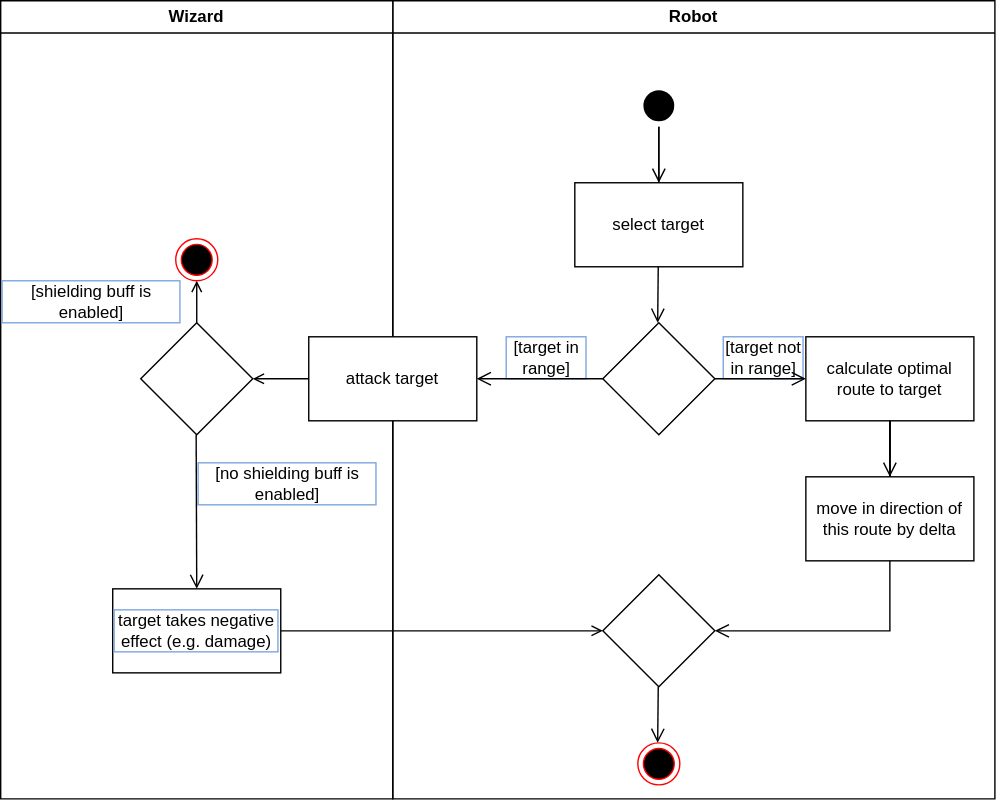
Before: activity_diagrams/robots_attack.svg, a diagram exported from draw.io (Wizards-vs-Robots/documentation). Source tidied: cells renumbered, new cells last; positions are measured from the earlier drawing's top-left corner, leaving out a move shared by most shapes. Its diagram source:
```xml
<mxGraphModel>
  <root>
    <mxCell id="0" />
    <mxCell id="1" parent="0" />
    <mxCell id="2" value="Robot" style="swimlane;whiteSpace=wrap;" parent="1" vertex="1">
      <mxGeometry x="280" width="430" height="570" as="geometry" />
    </mxCell>
    <mxCell id="3" style="ellipse;shape=startState;fillColor=#000000;strokeColor=none;" parent="2" vertex="1">
      <mxGeometry x="175" y="60" width="30" height="30" as="geometry" />
    </mxCell>
    <mxCell id="4" style="edgeStyle=elbowEdgeStyle;elbow=horizontal;verticalAlign=bottom;endArrow=open;endSize=8;strokeColor=#000000;endFill=1;rounded=0;" parent="2" edge="1" source="3">
      <mxGeometry x="175" y="60" as="geometry">
        <mxPoint x="190" y="130" as="targetPoint" />
      </mxGeometry>
    </mxCell>
    <mxCell id="5" style="edgeStyle=orthogonalEdgeStyle;rounded=0;jettySize=auto;html=1;startArrow=none;startFill=0;endArrow=none;endFill=0;strokeColor=#000000;" parent="2" edge="1" source="6" target="3">
      <mxGeometry relative="1" as="geometry" />
    </mxCell>
    <mxCell id="6" value="select target" style="rounded=0;whiteSpace=wrap;html=1;" parent="2" vertex="1">
      <mxGeometry x="130" y="130" width="120" height="60" as="geometry" />
    </mxCell>
    <mxCell id="7" style="rhombus;whiteSpace=wrap;html=1;" parent="2" vertex="1">
      <mxGeometry x="150" y="230" width="80" height="80" as="geometry" />
    </mxCell>
    <mxCell id="8" style="edgeStyle=elbowEdgeStyle;elbow=horizontal;verticalAlign=bottom;endArrow=open;endSize=8;strokeColor=#000000;endFill=1;rounded=0;" parent="2" edge="1">
      <mxGeometry x="14.6" y="60" as="geometry">
        <mxPoint x="189.6" y="190" as="sourcePoint" />
        <mxPoint x="189.6" y="230" as="targetPoint" />
      </mxGeometry>
    </mxCell>
    <mxCell id="9" style="edgeStyle=orthogonalEdgeStyle;rounded=0;jettySize=auto;html=1;startArrow=none;startFill=0;endArrow=none;endFill=0;strokeColor=#000000;" parent="2" edge="1" source="10" target="13">
      <mxGeometry relative="1" as="geometry" />
    </mxCell>
    <mxCell id="10" value="calculate optimal route to target" style="rounded=0;whiteSpace=wrap;html=1;" parent="2" vertex="1">
      <mxGeometry x="295" y="240" width="120" height="60" as="geometry" />
    </mxCell>
    <mxCell id="11" style="edgeStyle=orthogonalEdgeStyle;rounded=0;jettySize=auto;html=1;startArrow=none;startFill=0;endArrow=none;endFill=0;strokeColor=#000000;" parent="2" edge="1" source="13" target="10">
      <mxGeometry relative="1" as="geometry" />
    </mxCell>
    <mxCell id="12" style="edgeStyle=orthogonalEdgeStyle;rounded=0;jettySize=auto;html=1;startArrow=none;startFill=0;endArrow=none;endFill=0;strokeColor=#000000;" parent="2" edge="1" source="13" target="10">
      <mxGeometry relative="1" as="geometry" />
    </mxCell>
    <mxCell id="13" value="move in direction of this route by delta" style="rounded=0;whiteSpace=wrap;html=1;" parent="2" vertex="1">
      <mxGeometry x="295" y="340" width="120" height="60" as="geometry" />
    </mxCell>
    <mxCell id="14" style="edgeStyle=elbowEdgeStyle;elbow=horizontal;verticalAlign=bottom;endArrow=open;endSize=8;strokeColor=#000000;endFill=1;rounded=0;" parent="2" edge="1">
      <mxGeometry x="20" y="70" as="geometry">
        <mxPoint x="355" y="300" as="sourcePoint" />
        <mxPoint x="355" y="340" as="targetPoint" />
      </mxGeometry>
    </mxCell>
    <mxCell id="15" style="rhombus;whiteSpace=wrap;html=1;" parent="2" vertex="1">
      <mxGeometry x="150" y="410" width="80" height="80" as="geometry" />
    </mxCell>
    <mxCell id="16" style="edgeStyle=elbowEdgeStyle;elbow=horizontal;verticalAlign=bottom;endArrow=open;endSize=8;strokeColor=#000000;endFill=1;rounded=0;entryX=1;entryY=0.5;entryDx=0;entryDy=0;exitX=0.5;exitY=1;exitDx=0;exitDy=0;" parent="2" edge="1" source="13" target="15">
      <mxGeometry x="-124.6" y="93" as="geometry">
        <Array as="points">
          <mxPoint x="355" y="450" />
        </Array>
      </mxGeometry>
    </mxCell>
    <mxCell id="17" style="edgeStyle=elbowEdgeStyle;elbow=horizontal;verticalAlign=bottom;endArrow=open;endSize=8;strokeColor=#000000;endFill=1;rounded=0;" parent="2" edge="1">
      <mxGeometry x="-65.4" y="260" as="geometry">
        <mxPoint x="189.6" y="490" as="sourcePoint" />
        <mxPoint x="189.6" y="530" as="targetPoint" />
      </mxGeometry>
    </mxCell>
    <mxCell id="18" value="[target in range]" style="text;html=1;strokeColor=none;fillColor=none;align=center;verticalAlign=middle;whiteSpace=wrap;rounded=0;labelBorderColor=#7EA6E0;" parent="2" vertex="1">
      <mxGeometry x="80" y="240" width="60" height="30" as="geometry" />
    </mxCell>
    <mxCell id="19" value="[target not in range]" style="text;html=1;strokeColor=none;fillColor=none;align=center;verticalAlign=middle;whiteSpace=wrap;rounded=0;labelBorderColor=#7EA6E0;" parent="2" vertex="1">
      <mxGeometry x="235" y="245" width="60" height="20" as="geometry" />
    </mxCell>
    <mxCell id="20" style="ellipse;html=1;shape=endState;fillColor=#000000;strokeColor=#ff0000;labelBorderColor=#7EA6E0;" parent="2" vertex="1">
      <mxGeometry x="175" y="530" width="30" height="30" as="geometry" />
    </mxCell>
    <mxCell id="21" style="edgeStyle=elbowEdgeStyle;elbow=horizontal;verticalAlign=bottom;endArrow=open;endSize=8;strokeColor=#000000;endFill=1;rounded=0;entryX=1;entryY=0.5;entryDx=0;entryDy=0;exitX=0;exitY=0.5;exitDx=0;exitDy=0;" parent="1" edge="1" source="7" target="26">
      <mxGeometry x="315.4" y="183" as="geometry" />
    </mxCell>
    <mxCell id="22" style="edgeStyle=elbowEdgeStyle;elbow=horizontal;verticalAlign=bottom;endArrow=open;endSize=8;strokeColor=#000000;endFill=1;rounded=0;entryX=0;entryY=0.5;entryDx=0;entryDy=0;exitX=1;exitY=0.5;exitDx=0;exitDy=0;" parent="1" edge="1" source="7">
      <mxGeometry x="505.4" y="43" as="geometry">
        <mxPoint x="575" y="270" as="targetPoint" />
      </mxGeometry>
    </mxCell>
    <mxCell id="23" value="Wizard" style="swimlane;whiteSpace=wrap;" parent="1" vertex="1">
      <mxGeometry width="280" height="570" as="geometry" />
    </mxCell>
    <mxCell id="24" value="[no shielding buff is enabled]" style="text;html=1;strokeColor=none;fillColor=none;align=center;verticalAlign=middle;whiteSpace=wrap;rounded=0;labelBorderColor=#7EA6E0;" parent="23" vertex="1">
      <mxGeometry x="140" y="330" width="130" height="30" as="geometry" />
    </mxCell>
    <mxCell id="25" value="[shielding buff is enabled]" style="text;html=1;strokeColor=none;fillColor=none;align=center;verticalAlign=middle;whiteSpace=wrap;rounded=0;labelBorderColor=#7EA6E0;" parent="23" vertex="1">
      <mxGeometry y="200" width="130" height="30" as="geometry" />
    </mxCell>
    <mxCell id="26" value="attack target" style="rounded=0;whiteSpace=wrap;html=1;" parent="1" vertex="1">
      <mxGeometry x="220" y="240" width="120" height="60" as="geometry" />
    </mxCell>
    <mxCell id="27" style="edgeStyle=orthogonalEdgeStyle;rounded=0;jettySize=auto;html=1;startArrow=none;startFill=0;endArrow=open;endFill=0;strokeColor=#000000;" parent="1" edge="1" source="28">
      <mxGeometry relative="1" as="geometry">
        <mxPoint x="140" y="200" as="targetPoint" />
      </mxGeometry>
    </mxCell>
    <mxCell id="28" style="rhombus;whiteSpace=wrap;html=1;labelBorderColor=#7EA6E0;strokeColor=#000000;" parent="1" vertex="1">
      <mxGeometry x="100" y="230" width="80" height="80" as="geometry" />
    </mxCell>
    <mxCell id="29" style="edgeStyle=orthogonalEdgeStyle;rounded=0;jettySize=auto;html=1;entryX=0;entryY=0.5;entryDx=0;entryDy=0;startArrow=none;startFill=0;endArrow=open;endFill=0;strokeColor=#000000;" parent="1" edge="1" source="30" target="15">
      <mxGeometry relative="1" as="geometry" />
    </mxCell>
    <mxCell id="30" value="target takes negative effect (e.g. damage)" style="rounded=0;whiteSpace=wrap;html=1;labelBorderColor=#7EA6E0;strokeColor=#000000;" parent="1" vertex="1">
      <mxGeometry x="80" y="420" width="120" height="60" as="geometry" />
    </mxCell>
    <mxCell id="31" style="edgeStyle=elbowEdgeStyle;elbow=horizontal;verticalAlign=bottom;endArrow=open;endSize=8;strokeColor=#000000;endFill=1;rounded=0;entryX=0.5;entryY=0;entryDx=0;entryDy=0;" parent="1" edge="1" target="30">
      <mxGeometry x="-715.4" y="-20" as="geometry">
        <mxPoint x="139.6" y="310" as="sourcePoint" />
      </mxGeometry>
    </mxCell>
    <mxCell id="32" style="ellipse;html=1;shape=endState;fillColor=#000000;strokeColor=#ff0000;labelBorderColor=#7EA6E0;" parent="1" vertex="1">
      <mxGeometry x="125" y="170" width="30" height="30" as="geometry" />
    </mxCell>
    <mxCell id="33" style="edgeStyle=orthogonalEdgeStyle;rounded=0;jettySize=auto;html=1;startArrow=none;startFill=0;endArrow=open;endFill=0;strokeColor=#000000;" parent="1" edge="1" target="28">
      <mxGeometry relative="1" as="geometry">
        <mxPoint x="220" y="270" as="sourcePoint" />
      </mxGeometry>
    </mxCell>
  </root>
</mxGraphModel>
```
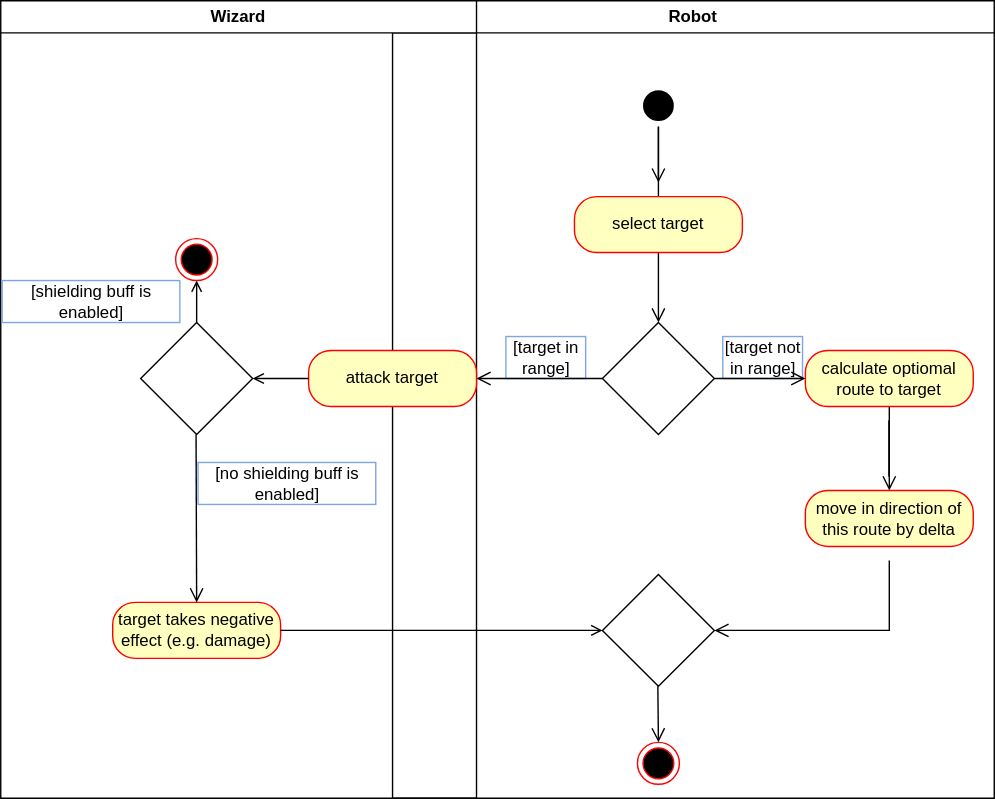
The same diagram one commit later.

Change to the diagram source:
```diff
@@ -16,44 +16,41 @@
     <mxCell id="5" style="edgeStyle=orthogonalEdgeStyle;rounded=0;jettySize=auto;html=1;startArrow=none;startFill=0;endArrow=none;endFill=0;strokeColor=#000000;" parent="2" edge="1" source="6" target="3">
       <mxGeometry relative="1" as="geometry" />
     </mxCell>
-    <mxCell id="6" value="select target" style="rounded=0;whiteSpace=wrap;html=1;" parent="2" vertex="1">
-      <mxGeometry x="130" y="130" width="120" height="60" as="geometry" />
-    </mxCell>
     <mxCell id="7" style="rhombus;whiteSpace=wrap;html=1;" parent="2" vertex="1">
       <mxGeometry x="150" y="230" width="80" height="80" as="geometry" />
     </mxCell>
-    <mxCell id="8" style="edgeStyle=elbowEdgeStyle;elbow=horizontal;verticalAlign=bottom;endArrow=open;endSize=8;strokeColor=#000000;endFill=1;rounded=0;" parent="2" edge="1">
+    <mxCell id="8" style="edgeStyle=elbowEdgeStyle;elbow=horizontal;verticalAlign=bottom;endArrow=open;endSize=8;strokeColor=#000000;endFill=1;rounded=0;" parent="2" edge="1" source="6">
       <mxGeometry x="14.6" y="60" as="geometry">
-        <mxPoint x="189.6" y="190" as="sourcePoint" />
         <mxPoint x="189.6" y="230" as="targetPoint" />
       </mxGeometry>
     </mxCell>
-    <mxCell id="9" style="edgeStyle=orthogonalEdgeStyle;rounded=0;jettySize=auto;html=1;startArrow=none;startFill=0;endArrow=none;endFill=0;strokeColor=#000000;" parent="2" edge="1" source="10" target="13">
-      <mxGeometry relative="1" as="geometry" />
+    <mxCell id="9" style="edgeStyle=orthogonalEdgeStyle;rounded=0;orthogonalLoop=1;jettySize=auto;html=1;startArrow=none;startFill=0;endArrow=none;endFill=0;strokeColor=#000000;" parent="2" edge="1">
+      <mxGeometry relative="1" as="geometry">
+        <mxPoint x="355" y="300" as="sourcePoint" />
+        <mxPoint x="355" y="340" as="targetPoint" />
+      </mxGeometry>
     </mxCell>
-    <mxCell id="10" value="calculate optimal route to target" style="rounded=0;whiteSpace=wrap;html=1;" parent="2" vertex="1">
-      <mxGeometry x="295" y="240" width="120" height="60" as="geometry" />
-    </mxCell>
-    <mxCell id="11" style="edgeStyle=orthogonalEdgeStyle;rounded=0;jettySize=auto;html=1;startArrow=none;startFill=0;endArrow=none;endFill=0;strokeColor=#000000;" parent="2" edge="1" source="13" target="10">
-      <mxGeometry relative="1" as="geometry" />
+    <mxCell id="11" style="edgeStyle=orthogonalEdgeStyle;rounded=0;orthogonalLoop=1;jettySize=auto;html=1;startArrow=none;startFill=0;endArrow=none;endFill=0;strokeColor=#000000;" parent="2" edge="1">
+      <mxGeometry relative="1" as="geometry">
+        <mxPoint x="355" y="340" as="sourcePoint" />
+        <mxPoint x="355" y="300" as="targetPoint" />
+      </mxGeometry>
     </mxCell>
-    <mxCell id="12" style="edgeStyle=orthogonalEdgeStyle;rounded=0;jettySize=auto;html=1;startArrow=none;startFill=0;endArrow=none;endFill=0;strokeColor=#000000;" parent="2" edge="1" source="13" target="10">
-      <mxGeometry relative="1" as="geometry" />
+    <mxCell id="12" style="edgeStyle=orthogonalEdgeStyle;rounded=0;orthogonalLoop=1;jettySize=auto;html=1;startArrow=none;startFill=0;endArrow=none;endFill=0;strokeColor=#000000;" parent="2" edge="1">
+      <mxGeometry relative="1" as="geometry">
+        <mxPoint x="355" y="340" as="sourcePoint" />
+        <mxPoint x="355" y="300" as="targetPoint" />
+      </mxGeometry>
     </mxCell>
-    <mxCell id="13" value="move in direction of this route by delta" style="rounded=0;whiteSpace=wrap;html=1;" parent="2" vertex="1">
-      <mxGeometry x="295" y="340" width="120" height="60" as="geometry" />
-    </mxCell>
-    <mxCell id="14" style="edgeStyle=elbowEdgeStyle;elbow=horizontal;verticalAlign=bottom;endArrow=open;endSize=8;strokeColor=#000000;endFill=1;rounded=0;" parent="2" edge="1">
-      <mxGeometry x="20" y="70" as="geometry">
-        <mxPoint x="355" y="300" as="sourcePoint" />
-        <mxPoint x="355" y="340" as="targetPoint" />
-      </mxGeometry>
+    <mxCell id="14" style="edgeStyle=elbowEdgeStyle;elbow=horizontal;verticalAlign=bottom;endArrow=open;endSize=8;strokeColor=#000000;endFill=1;rounded=0;entryX=0.5;entryY=0;entryDx=0;entryDy=0;entryPerimeter=0;" parent="2" edge="1" source="34" target="13">
+      <mxGeometry x="20" y="70" as="geometry" />
     </mxCell>
     <mxCell id="15" style="rhombus;whiteSpace=wrap;html=1;" parent="2" vertex="1">
       <mxGeometry x="150" y="410" width="80" height="80" as="geometry" />
     </mxCell>
-    <mxCell id="16" style="edgeStyle=elbowEdgeStyle;elbow=horizontal;verticalAlign=bottom;endArrow=open;endSize=8;strokeColor=#000000;endFill=1;rounded=0;entryX=1;entryY=0.5;entryDx=0;entryDy=0;exitX=0.5;exitY=1;exitDx=0;exitDy=0;" parent="2" edge="1" source="13" target="15">
+    <mxCell id="16" style="edgeStyle=elbowEdgeStyle;elbow=horizontal;verticalAlign=bottom;endArrow=open;endSize=8;strokeColor=#000000;endFill=1;rounded=0;entryX=1;entryY=0.5;entryDx=0;entryDy=0;exitX=0.5;exitY=1;exitDx=0;exitDy=0;" parent="2" edge="1" target="15">
       <mxGeometry x="-124.6" y="93" as="geometry">
+        <mxPoint x="355" y="400" as="sourcePoint" />
         <Array as="points">
           <mxPoint x="355" y="450" />
         </Array>
@@ -74,8 +71,19 @@
     <mxCell id="20" style="ellipse;html=1;shape=endState;fillColor=#000000;strokeColor=#ff0000;labelBorderColor=#7EA6E0;" parent="2" vertex="1">
       <mxGeometry x="175" y="530" width="30" height="30" as="geometry" />
     </mxCell>
+    <mxCell id="6" value="select target" style="rounded=1;whiteSpace=wrap;html=1;arcSize=40;fontColor=#000000;fillColor=#ffffc0;strokeColor=#ff0000;" parent="2" vertex="1">
+      <mxGeometry x="130" y="140" width="120" height="40" as="geometry" />
+    </mxCell>
+    <mxCell id="34" value="calculate optiomal route to target" style="rounded=1;whiteSpace=wrap;html=1;arcSize=40;fontColor=#000000;fillColor=#ffffc0;strokeColor=#ff0000;" parent="2" vertex="1">
+      <mxGeometry x="295" y="250" width="120" height="40" as="geometry" />
+    </mxCell>
+    <mxCell id="13" value="move in direction of this route by delta" style="rounded=1;whiteSpace=wrap;html=1;arcSize=40;fontColor=#000000;fillColor=#ffffc0;strokeColor=#ff0000;" parent="2" vertex="1">
+      <mxGeometry x="295" y="350" width="120" height="40" as="geometry" />
+    </mxCell>
-    <mxCell id="21" style="edgeStyle=elbowEdgeStyle;elbow=horizontal;verticalAlign=bottom;endArrow=open;endSize=8;strokeColor=#000000;endFill=1;rounded=0;entryX=1;entryY=0.5;entryDx=0;entryDy=0;exitX=0;exitY=0.5;exitDx=0;exitDy=0;" parent="1" edge="1" source="7" target="26">
-      <mxGeometry x="315.4" y="183" as="geometry" />
+    <mxCell id="21" style="edgeStyle=elbowEdgeStyle;elbow=horizontal;verticalAlign=bottom;endArrow=open;endSize=8;strokeColor=#000000;endFill=1;rounded=0;entryX=1;entryY=0.5;entryDx=0;entryDy=0;exitX=0;exitY=0.5;exitDx=0;exitDy=0;" parent="1" edge="1" source="7">
+      <mxGeometry x="315.4" y="183" as="geometry">
+        <mxPoint x="340" y="270" as="targetPoint" />
+      </mxGeometry>
     </mxCell>
     <mxCell id="22" style="edgeStyle=elbowEdgeStyle;elbow=horizontal;verticalAlign=bottom;endArrow=open;endSize=8;strokeColor=#000000;endFill=1;rounded=0;entryX=0;entryY=0.5;entryDx=0;entryDy=0;exitX=1;exitY=0.5;exitDx=0;exitDy=0;" parent="1" edge="1" source="7">
       <mxGeometry x="505.4" y="43" as="geometry">
@@ -83,7 +91,7 @@
       </mxGeometry>
     </mxCell>
     <mxCell id="23" value="Wizard" style="swimlane;whiteSpace=wrap;" parent="1" vertex="1">
-      <mxGeometry width="280" height="570" as="geometry" />
+      <mxGeometry width="340" height="570" as="geometry" />
     </mxCell>
     <mxCell id="24" value="[no shielding buff is enabled]" style="text;html=1;strokeColor=none;fillColor=none;align=center;verticalAlign=middle;whiteSpace=wrap;rounded=0;labelBorderColor=#7EA6E0;" parent="23" vertex="1">
       <mxGeometry x="140" y="330" width="130" height="30" as="geometry" />
@@ -91,9 +99,12 @@
     <mxCell id="25" value="[shielding buff is enabled]" style="text;html=1;strokeColor=none;fillColor=none;align=center;verticalAlign=middle;whiteSpace=wrap;rounded=0;labelBorderColor=#7EA6E0;" parent="23" vertex="1">
       <mxGeometry y="200" width="130" height="30" as="geometry" />
     </mxCell>
-    <mxCell id="26" value="attack target" style="rounded=0;whiteSpace=wrap;html=1;" parent="1" vertex="1">
-      <mxGeometry x="220" y="240" width="120" height="60" as="geometry" />
+    <mxCell id="26" value="attack target" style="rounded=1;whiteSpace=wrap;html=1;arcSize=40;fontColor=#000000;fillColor=#ffffc0;strokeColor=#ff0000;" parent="23" vertex="1">
+      <mxGeometry x="220" y="250" width="120" height="40" as="geometry" />
     </mxCell>
+    <mxCell id="30" value="target takes negative effect (e.g. damage)" style="rounded=1;whiteSpace=wrap;html=1;arcSize=40;fontColor=#000000;fillColor=#ffffc0;strokeColor=#ff0000;" parent="23" vertex="1">
+      <mxGeometry x="80" y="430" width="120" height="40" as="geometry" />
+    </mxCell>
     <mxCell id="27" style="edgeStyle=orthogonalEdgeStyle;rounded=0;jettySize=auto;html=1;startArrow=none;startFill=0;endArrow=open;endFill=0;strokeColor=#000000;" parent="1" edge="1" source="28">
       <mxGeometry relative="1" as="geometry">
         <mxPoint x="140" y="200" as="targetPoint" />
@@ -102,13 +113,12 @@
     <mxCell id="28" style="rhombus;whiteSpace=wrap;html=1;labelBorderColor=#7EA6E0;strokeColor=#000000;" parent="1" vertex="1">
       <mxGeometry x="100" y="230" width="80" height="80" as="geometry" />
     </mxCell>
-    <mxCell id="29" style="edgeStyle=orthogonalEdgeStyle;rounded=0;jettySize=auto;html=1;entryX=0;entryY=0.5;entryDx=0;entryDy=0;startArrow=none;startFill=0;endArrow=open;endFill=0;strokeColor=#000000;" parent="1" edge="1" source="30" target="15">
-      <mxGeometry relative="1" as="geometry" />
+    <mxCell id="29" style="edgeStyle=orthogonalEdgeStyle;rounded=0;jettySize=auto;html=1;entryX=0;entryY=0.5;entryDx=0;entryDy=0;startArrow=none;startFill=0;endArrow=open;endFill=0;strokeColor=#000000;" parent="1" edge="1" target="15">
+      <mxGeometry relative="1" as="geometry">
+        <mxPoint x="200" y="450" as="sourcePoint" />
+      </mxGeometry>
     </mxCell>
-    <mxCell id="30" value="target takes negative effect (e.g. damage)" style="rounded=0;whiteSpace=wrap;html=1;labelBorderColor=#7EA6E0;strokeColor=#000000;" parent="1" vertex="1">
-      <mxGeometry x="80" y="420" width="120" height="60" as="geometry" />
-    </mxCell>
-    <mxCell id="31" style="edgeStyle=elbowEdgeStyle;elbow=horizontal;verticalAlign=bottom;endArrow=open;endSize=8;strokeColor=#000000;endFill=1;rounded=0;entryX=0.5;entryY=0;entryDx=0;entryDy=0;" parent="1" edge="1" target="30">
+    <mxCell id="31" style="edgeStyle=elbowEdgeStyle;elbow=horizontal;verticalAlign=bottom;endArrow=open;endSize=8;strokeColor=#000000;endFill=1;rounded=0;" parent="1" edge="1" target="30">
       <mxGeometry x="-715.4" y="-20" as="geometry">
         <mxPoint x="139.6" y="310" as="sourcePoint" />
       </mxGeometry>
```
